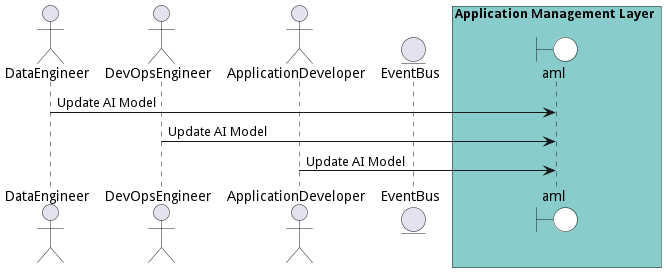
Above: docs/edgemere/aml/usecases/ManageAIModels/UpdateAIModel.png in madajaju/edgemere (PlantUML), before the change. Its diagram source:
```plantuml
@startuml

actor "DataEngineer"

actor "DevOpsEngineer"

actor "ApplicationDeveloper"


entity EventBus

box Application Management Layer #88cccc
    boundary aml #white
end box



"DataEngineer" -> aml: Update AI Model


"DevOpsEngineer" -> aml: Update AI Model


"ApplicationDeveloper" -> aml: Update AI Model



@enduml
```
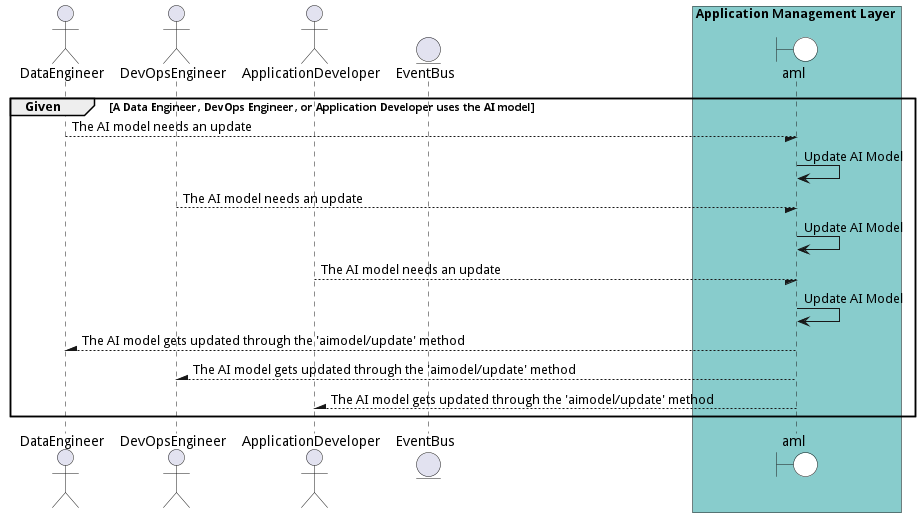
Above is the later version.

Diff of the diagram source:
```diff
@@ -1,4 +1,5 @@
 @startuml
+
 
 actor "DataEngineer"
 
@@ -14,15 +15,28 @@
 end box
 
 
+group Given [A Data Engineer, DevOps Engineer, or Application Developer uses the AI model]
 
-"DataEngineer" -> aml: Update AI Model
+"DataEngineer" --/ aml: The AI model needs an update
+"aml" -> aml: Update AI Model
 
 
-"DevOpsEngineer" -> aml: Update AI Model
+"DevOpsEngineer" --/ aml: The AI model needs an update
+"aml" -> aml: Update AI Model
 
 
-"ApplicationDeveloper" -> aml: Update AI Model
+"ApplicationDeveloper" --/ aml: The AI model needs an update
+"aml" -> aml: Update AI Model
 
 
 
+"DataEngineer" /-- aml: The AI model gets updated through the &#39;aimodel/update&#39; method
+
+"DevOpsEngineer" /-- aml: The AI model gets updated through the &#39;aimodel/update&#39; method
+
+"ApplicationDeveloper" /-- aml: The AI model gets updated through the &#39;aimodel/update&#39; method
+
+
+end
+
 @enduml
```
